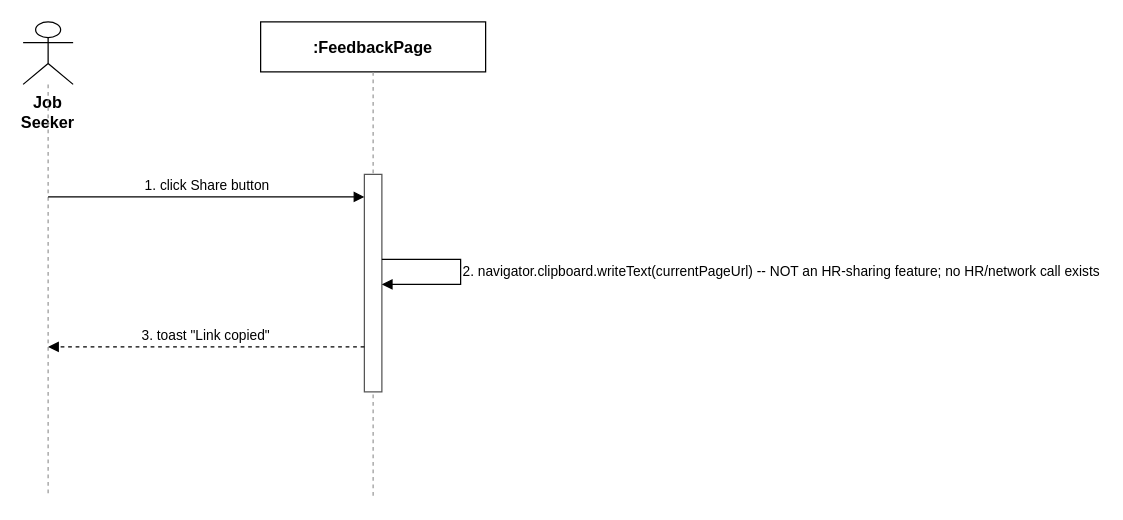
Before: docs/qa/Tu_SequenceDiagram/12_Send_Scorecard_to_HR.drawio in tulklk/AI_Interview_Question_Generation_RAG_LLM_FE, a draw.io diagram. Source tidied: cells renumbered, new cells numbered last; positions are measured from the earlier drawing's top-left corner, leaving out a move shared by most shapes. Both pictures are drawn from the tidied source at 125%, with x=0, y=0 at pixel (22, 21).
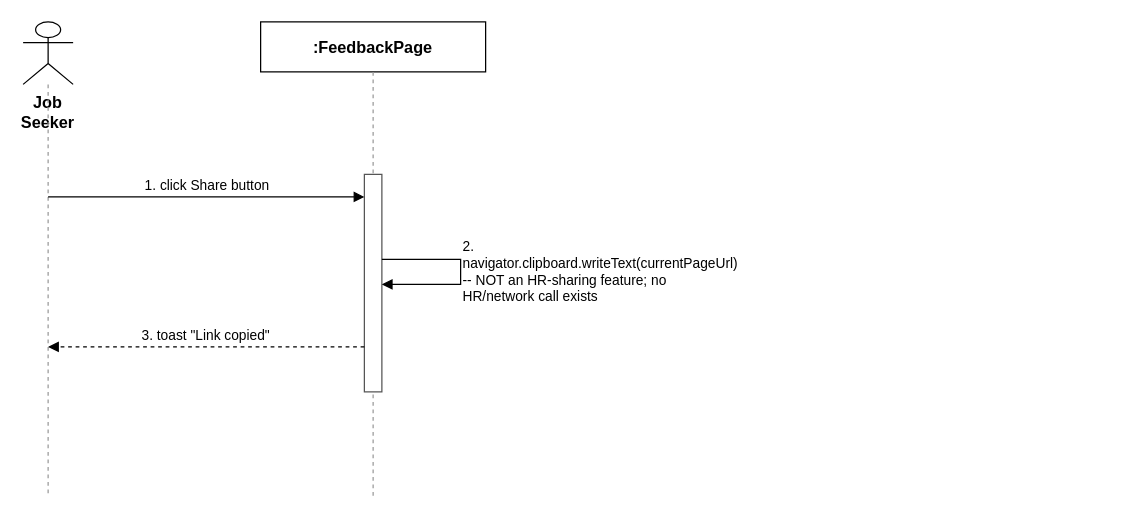
After the change.

What changed in the source:
```diff
@@
 <mxGraphModel>
   <root>
     <mxCell id="0" />
     <mxCell id="1" parent="0" />
     <mxCell id="2" value="Job Seeker" style="shape=umlActor;whiteSpace=wrap;html=1;verticalLabelPosition=bottom;verticalAlign=top;fillColor=#ffffff;strokeColor=#000000;fontStyle=1;fontSize=13;" parent="1" vertex="1">
       <mxGeometry width="40" height="50" as="geometry" />
     </mxCell>
     <mxCell id="3" style="endArrow=none;dashed=1;html=1;strokeColor=#999999;" parent="1" edge="1">
       <mxGeometry relative="1" as="geometry">
         <mxPoint x="20" y="50" as="sourcePoint" />
         <mxPoint x="20" y="380" as="targetPoint" />
       </mxGeometry>
     </mxCell>
     <mxCell id="4" value=":FeedbackPage" style="rounded=0;whiteSpace=wrap;html=1;fontSize=13;fillColor=#ffffff;strokeColor=#000000;fontStyle=1;" parent="1" vertex="1">
       <mxGeometry x="190" width="180" height="40" as="geometry" />
     </mxCell>
     <mxCell id="5" style="endArrow=none;dashed=1;html=1;strokeColor=#999999;" parent="1" edge="1">
       <mxGeometry relative="1" as="geometry">
         <mxPoint x="280" y="40" as="sourcePoint" />
         <mxPoint x="280" y="380" as="targetPoint" />
       </mxGeometry>
     </mxCell>
     <mxCell id="6" style="rounded=0;whiteSpace=wrap;html=1;fillColor=#ffffff;strokeColor=#555555;" parent="1" vertex="1">
       <mxGeometry x="273" y="122" width="14" height="174" as="geometry" />
     </mxCell>
     <mxCell id="7" value="1. click Share button" style="endArrow=block;endFill=1;html=1;fontSize=11;align=center;verticalAlign=bottom;labelBackgroundColor=#ffffff;strokeColor=#000000;" parent="1" edge="1">
       <mxGeometry relative="1" as="geometry">
         <mxPoint x="20" y="140" as="sourcePoint" />
         <mxPoint x="273" y="140" as="targetPoint" />
       </mxGeometry>
     </mxCell>
-    <mxCell id="8" value="2. navigator.clipboard.writeText(currentPageUrl)  -- NOT an HR-sharing feature; no HR/network call exists" style="endArrow=block;endFill=1;html=1;fontSize=11;align=left;verticalAlign=middle;labelBackgroundColor=#ffffff;rounded=0;strokeColor=#000000;" parent="1" edge="1">
+    <mxCell id="8" value="2. navigator.clipboard.writeText(currentPageUrl)  -- NOT an HR-sharing feature; no HR/network call exists" style="endArrow=block;endFill=1;html=1;whiteSpace=wrap;fontSize=11;align=left;verticalAlign=middle;labelBackgroundColor=#ffffff;rounded=0;strokeColor=#000000;" parent="1" edge="1">
       <mxGeometry relative="1" as="geometry">
         <mxPoint x="287" y="190" as="sourcePoint" />
         <mxPoint x="287" y="210" as="targetPoint" />
         <Array as="points">
           <mxPoint x="350" y="190" />
           <mxPoint x="350" y="210" />
         </Array>
       </mxGeometry>
     </mxCell>
     <mxCell id="9" value="3. toast &quot;Link copied&quot;" style="endArrow=block;endFill=1;html=1;dashed=1;fontSize=11;align=center;verticalAlign=bottom;labelBackgroundColor=#ffffff;strokeColor=#000000;" parent="1" edge="1">
       <mxGeometry relative="1" as="geometry">
         <mxPoint x="273" y="260" as="sourcePoint" />
         <mxPoint x="20" y="260" as="targetPoint" />
       </mxGeometry>
     </mxCell>
   </root>
 </mxGraphModel>
```
